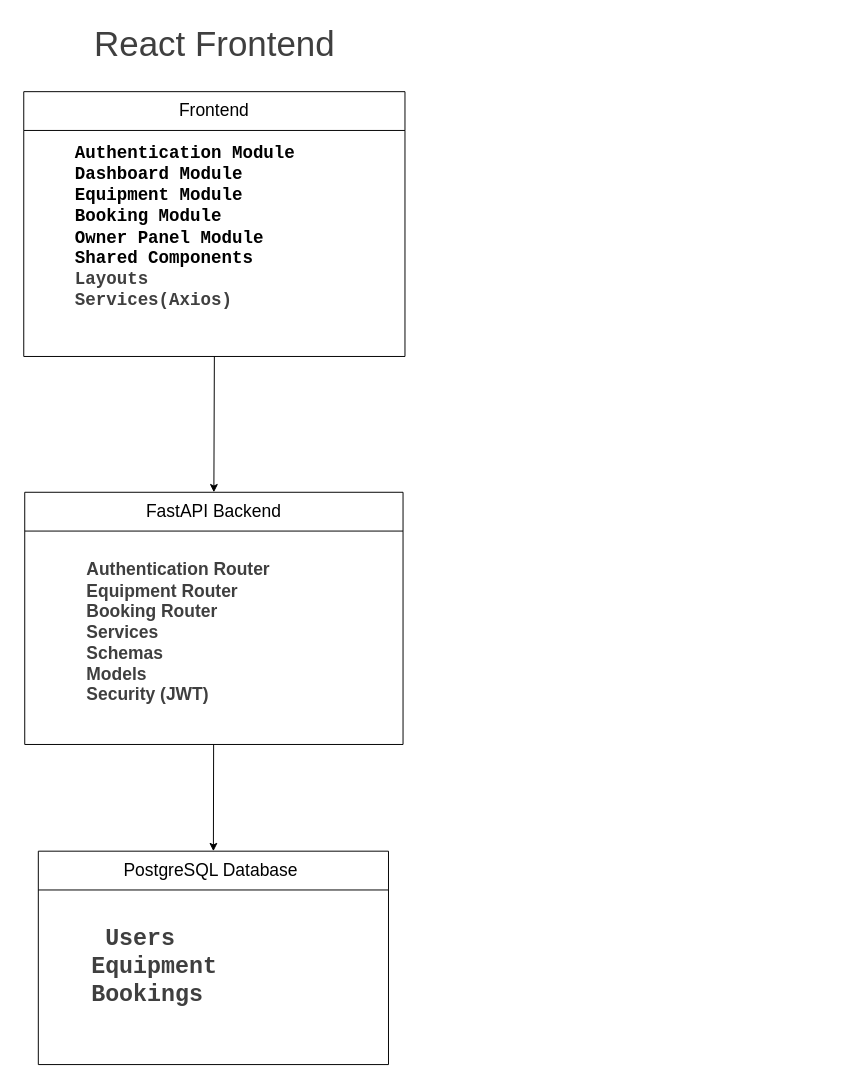
Earlier version of the draw.io diagram docs/diagrams/Module_Diagram.drawio (harisshchathriya/agrirent-ai). Source tidied: cells renumbered, new cells numbered last; positions are measured from the earlier drawing's top-left corner, leaving out a move shared by most shapes. Both pictures are drawn from the tidied source at 97%, with x=0, y=0 at pixel (16, 16).
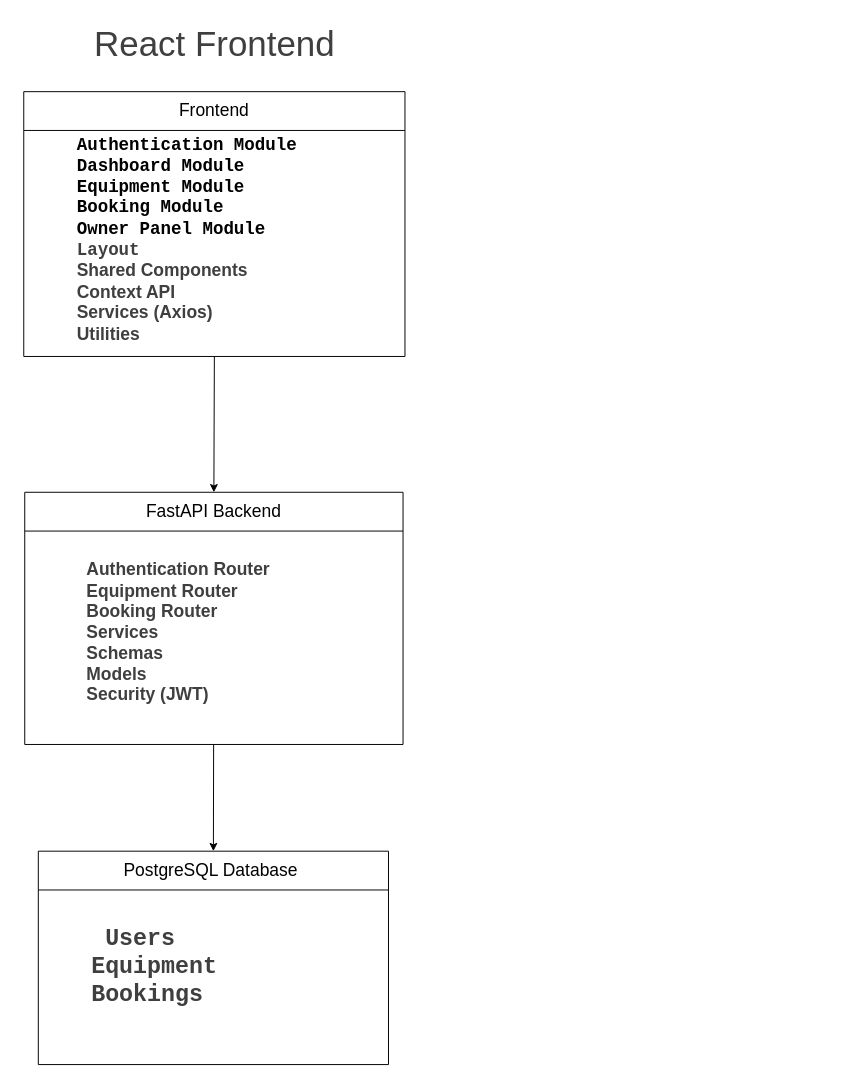
Above is the later version.

Diff of the diagram source:
```diff
@@
 <mxGraphModel>
   <root>
     <mxCell id="0" />
     <mxCell id="1" parent="0" />
     <mxCell id="2" value="&lt;div style=&quot;color: rgb(63, 63, 63); scrollbar-color: rgb(226, 226, 226) rgb(251, 251, 251);&quot;&gt;&lt;font style=&quot;scrollbar-color: rgb(226, 226, 226) rgb(251, 251, 251);&quot;&gt;&lt;font style=&quot;color: rgb(63, 63, 63); scrollbar-color: rgb(226, 226, 226) rgb(251, 251, 251); font-size: 36px;&quot;&gt;React Frontend&lt;/font&gt;&lt;/font&gt;&lt;/div&gt;&lt;div style=&quot;color: rgb(63, 63, 63); scrollbar-color: rgb(226, 226, 226) rgb(251, 251, 251);&quot;&gt;&lt;br style=&quot;color: rgb(63, 63, 63); scrollbar-color: rgb(226, 226, 226) rgb(251, 251, 251);&quot;&gt;&lt;/div&gt;" style="text;html=1;align=center;verticalAlign=middle;whiteSpace=wrap;rounded=0;" parent="1" vertex="1">
       <mxGeometry x="39" width="330" height="70" as="geometry" />
     </mxCell>
     <mxCell id="3" style="edgeStyle=none;html=1;exitX=0.5;exitY=1;exitDx=0;exitDy=0;entryX=0.5;entryY=0;entryDx=0;entryDy=0;" parent="1" edge="1" source="4" target="8">
       <mxGeometry relative="1" as="geometry" />
     </mxCell>
     <mxCell id="4" value="&lt;span style=&quot;color: rgb(0, 0, 0); font-weight: 400;&quot;&gt;&lt;font style=&quot;font-size: 18px;&quot;&gt;Frontend&lt;/font&gt;&lt;/span&gt;" style="swimlane;whiteSpace=wrap;html=1;startSize=40;" parent="1" vertex="1">
       <mxGeometry x="7" y="77" width="393" height="273" as="geometry" />
     </mxCell>
-    <mxCell id="5" value="&lt;pre style=&quot;color: rgb(63, 63, 63); scrollbar-color: rgb(226, 226, 226) rgb(251, 251, 251); text-align: left;&quot;&gt;&lt;b style=&quot;color: rgb(63, 63, 63); scrollbar-color: rgb(226, 226, 226) rgb(251, 251, 251);&quot;&gt;&lt;font style=&quot;color: rgb(63, 63, 63); scrollbar-color: rgb(226, 226, 226) rgb(251, 251, 251); font-size: 18px;&quot;&gt;&lt;span style=&quot;scrollbar-color: rgb(226, 226, 226) rgb(251, 251, 251); white-space: normal; color: rgb(0, 0, 0);&quot;&gt;Authentication Module&lt;br style=&quot;color: rgb(63, 63, 63); scrollbar-color: rgb(226, 226, 226) rgb(251, 251, 251);&quot;&gt;&lt;/span&gt;&lt;span style=&quot;scrollbar-color: rgb(226, 226, 226) rgb(251, 251, 251); white-space: normal; color: rgb(0, 0, 0);&quot;&gt;&lt;span style=&quot;scrollbar-color: rgb(226, 226, 226) rgb(251, 251, 251); color: rgb(0, 0, 0);&quot;&gt;Dashboard Module&amp;nbsp;&amp;nbsp;&lt;br style=&quot;color: rgb(63, 63, 63); scrollbar-color: rgb(226, 226, 226) rgb(251, 251, 251);&quot;&gt;&lt;/span&gt;&lt;/span&gt;&lt;span style=&quot;scrollbar-color: rgb(226, 226, 226) rgb(251, 251, 251); white-space: normal; color: rgb(0, 0, 0);&quot;&gt;&lt;span style=&quot;scrollbar-color: rgb(226, 226, 226) rgb(251, 251, 251); color: rgb(0, 0, 0);&quot;&gt;&lt;span style=&quot;scrollbar-color: rgb(226, 226, 226) rgb(251, 251, 251); color: rgb(0, 0, 0);&quot;&gt;Equipment Module&lt;br style=&quot;color: rgb(63, 63, 63); scrollbar-color: rgb(226, 226, 226) rgb(251, 251, 251);&quot;&gt;&lt;/span&gt;&lt;/span&gt;&lt;/span&gt;&lt;span style=&quot;scrollbar-color: rgb(226, 226, 226) rgb(251, 251, 251); white-space: normal; color: rgb(0, 0, 0);&quot;&gt;&lt;span style=&quot;scrollbar-color: rgb(226, 226, 226) rgb(251, 251, 251); color: rgb(0, 0, 0);&quot;&gt;&lt;span style=&quot;scrollbar-color: rgb(226, 226, 226) rgb(251, 251, 251); color: rgb(0, 0, 0);&quot;&gt;&lt;span style=&quot;scrollbar-color: rgb(226, 226, 226) rgb(251, 251, 251); background-color: transparent; color: rgb(0, 0, 0);&quot;&gt;Booking Module&lt;br style=&quot;color: rgb(63, 63, 63); scrollbar-color: rgb(226, 226, 226) rgb(251, 251, 251);&quot;&gt;&lt;/span&gt;&lt;/span&gt;&lt;/span&gt;&lt;/span&gt;&lt;span style=&quot;scrollbar-color: rgb(226, 226, 226) rgb(251, 251, 251); white-space: normal; color: rgb(0, 0, 0);&quot;&gt;&lt;span style=&quot;scrollbar-color: rgb(226, 226, 226) rgb(251, 251, 251); color: rgb(0, 0, 0);&quot;&gt;&lt;span style=&quot;scrollbar-color: rgb(226, 226, 226) rgb(251, 251, 251); color: rgb(0, 0, 0);&quot;&gt;&lt;span style=&quot;scrollbar-color: rgb(226, 226, 226) rgb(251, 251, 251); background-color: transparent; color: rgb(0, 0, 0);&quot;&gt;&lt;span style=&quot;scrollbar-color: rgb(226, 226, 226) rgb(251, 251, 251); color: rgb(0, 0, 0);&quot;&gt;Owner Panel Module&lt;br style=&quot;color: rgb(63, 63, 63); scrollbar-color: rgb(226, 226, 226) rgb(251, 251, 251);&quot;&gt;&lt;/span&gt;&lt;/span&gt;&lt;/span&gt;&lt;/span&gt;&lt;/span&gt;&lt;span style=&quot;scrollbar-color: rgb(226, 226, 226) rgb(251, 251, 251); white-space: normal; color: rgb(0, 0, 0);&quot;&gt;&lt;span style=&quot;scrollbar-color: rgb(226, 226, 226) rgb(251, 251, 251); color: rgb(0, 0, 0);&quot;&gt;&lt;span style=&quot;scrollbar-color: rgb(226, 226, 226) rgb(251, 251, 251); color: rgb(0, 0, 0);&quot;&gt;&lt;span style=&quot;scrollbar-color: rgb(226, 226, 226) rgb(251, 251, 251); background-color: transparent; color: rgb(0, 0, 0);&quot;&gt;&lt;span style=&quot;scrollbar-color: rgb(226, 226, 226) rgb(251, 251, 251); color: rgb(0, 0, 0);&quot;&gt;&lt;span style=&quot;scrollbar-color: rgb(226, 226, 226) rgb(251, 251, 251); color: rgb(0, 0, 0);&quot;&gt;Shared Components&lt;br style=&quot;color: rgb(63, 63, 63); scrollbar-color: rgb(226, 226, 226) rgb(251, 251, 251);&quot;&gt;&lt;/span&gt;&lt;/span&gt;&lt;/span&gt;&lt;/span&gt;&lt;/span&gt;&lt;/span&gt;&lt;span style=&quot;scrollbar-color: rgb(226, 226, 226) rgb(251, 251, 251); background-color: transparent; white-space: normal; color: rgb(63, 63, 63);&quot;&gt;Layouts&lt;br style=&quot;color: rgb(63, 63, 63); scrollbar-color: rgb(226, 226, 226) rgb(251, 251, 251);&quot;&gt;&lt;/span&gt;&lt;span style=&quot;scrollbar-color: rgb(226, 226, 226) rgb(251, 251, 251); background-color: transparent; white-space: normal; color: rgb(63, 63, 63);&quot;&gt;Services(Axios)&lt;/span&gt;&lt;/font&gt;&lt;/b&gt;&lt;/pre&gt;" style="text;html=1;align=center;verticalAlign=middle;whiteSpace=wrap;rounded=0;" parent="4" vertex="1">
-      <mxGeometry x="-7" width="347" height="280" as="geometry" />
+    <mxCell id="5" value="&lt;pre style=&quot;scrollbar-color: rgb(226, 226, 226) rgb(251, 251, 251); text-align: left; color: rgb(63, 63, 63);&quot;&gt;&lt;span style=&quot;scrollbar-color: rgb(226, 226, 226) rgb(251, 251, 251); color: rgb(63, 63, 63);&quot;&gt;&lt;font style=&quot;scrollbar-color: rgb(226, 226, 226) rgb(251, 251, 251); color: rgb(63, 63, 63);&quot;&gt;&lt;span style=&quot;color: rgb(0, 0, 0); font-size: 18px; font-weight: bold; scrollbar-color: rgb(226, 226, 226) rgb(251, 251, 251); white-space: normal;&quot;&gt;Authentication Module&lt;br style=&quot;color: rgb(63, 63, 63); scrollbar-color: rgb(226, 226, 226) rgb(251, 251, 251);&quot;&gt;&lt;/span&gt;&lt;span style=&quot;color: rgb(0, 0, 0); font-size: 18px; font-weight: bold; scrollbar-color: rgb(226, 226, 226) rgb(251, 251, 251); white-space: normal;&quot;&gt;&lt;span style=&quot;scrollbar-color: rgb(226, 226, 226) rgb(251, 251, 251); color: rgb(0, 0, 0);&quot;&gt;Dashboard Module&amp;nbsp;&amp;nbsp;&lt;br style=&quot;color: rgb(63, 63, 63); scrollbar-color: rgb(226, 226, 226) rgb(251, 251, 251);&quot;&gt;&lt;/span&gt;&lt;/span&gt;&lt;span style=&quot;color: rgb(0, 0, 0); font-size: 18px; font-weight: bold; scrollbar-color: rgb(226, 226, 226) rgb(251, 251, 251); white-space: normal;&quot;&gt;&lt;span style=&quot;scrollbar-color: rgb(226, 226, 226) rgb(251, 251, 251); color: rgb(0, 0, 0);&quot;&gt;&lt;span style=&quot;scrollbar-color: rgb(226, 226, 226) rgb(251, 251, 251); color: rgb(0, 0, 0);&quot;&gt;Equipment Module&lt;br style=&quot;color: rgb(63, 63, 63); scrollbar-color: rgb(226, 226, 226) rgb(251, 251, 251);&quot;&gt;&lt;/span&gt;&lt;/span&gt;&lt;/span&gt;&lt;span style=&quot;color: rgb(0, 0, 0); font-size: 18px; font-weight: bold; scrollbar-color: rgb(226, 226, 226) rgb(251, 251, 251); white-space: normal;&quot;&gt;&lt;span style=&quot;scrollbar-color: rgb(226, 226, 226) rgb(251, 251, 251); color: rgb(0, 0, 0);&quot;&gt;&lt;span style=&quot;scrollbar-color: rgb(226, 226, 226) rgb(251, 251, 251); color: rgb(0, 0, 0);&quot;&gt;&lt;span style=&quot;scrollbar-color: rgb(226, 226, 226) rgb(251, 251, 251); background-color: transparent; color: rgb(0, 0, 0);&quot;&gt;Booking Module&lt;br style=&quot;color: rgb(63, 63, 63); scrollbar-color: rgb(226, 226, 226) rgb(251, 251, 251);&quot;&gt;&lt;/span&gt;&lt;/span&gt;&lt;/span&gt;&lt;/span&gt;&lt;span style=&quot;color: rgb(0, 0, 0); font-size: 18px; font-weight: bold; scrollbar-color: rgb(226, 226, 226) rgb(251, 251, 251); white-space: normal;&quot;&gt;&lt;span style=&quot;scrollbar-color: rgb(226, 226, 226) rgb(251, 251, 251); color: rgb(0, 0, 0);&quot;&gt;&lt;span style=&quot;scrollbar-color: rgb(226, 226, 226) rgb(251, 251, 251); color: rgb(0, 0, 0);&quot;&gt;&lt;span style=&quot;scrollbar-color: rgb(226, 226, 226) rgb(251, 251, 251); background-color: transparent; color: rgb(0, 0, 0);&quot;&gt;&lt;span style=&quot;scrollbar-color: rgb(226, 226, 226) rgb(251, 251, 251); color: rgb(0, 0, 0);&quot;&gt;Owner Panel Module&lt;/span&gt;&lt;/span&gt;&lt;/span&gt;&lt;/span&gt;&lt;/span&gt;&lt;span style=&quot;color: rgb(0, 0, 0); font-size: 18px; font-weight: bold; scrollbar-color: rgb(226, 226, 226) rgb(251, 251, 251); white-space: normal;&quot;&gt;&lt;span style=&quot;scrollbar-color: rgb(226, 226, 226) rgb(251, 251, 251); color: rgb(0, 0, 0);&quot;&gt;&lt;span style=&quot;scrollbar-color: rgb(226, 226, 226) rgb(251, 251, 251); color: rgb(0, 0, 0);&quot;&gt;&lt;span style=&quot;scrollbar-color: rgb(226, 226, 226) rgb(251, 251, 251); background-color: transparent; color: rgb(0, 0, 0);&quot;&gt;&lt;span style=&quot;scrollbar-color: rgb(226, 226, 226) rgb(251, 251, 251); color: rgb(0, 0, 0);&quot;&gt;&lt;span style=&quot;scrollbar-color: rgb(226, 226, 226) rgb(251, 251, 251); color: rgb(0, 0, 0);&quot;&gt;&lt;br style=&quot;color: rgb(63, 63, 63); scrollbar-color: rgb(226, 226, 226) rgb(251, 251, 251);&quot;&gt;&lt;/span&gt;&lt;/span&gt;&lt;/span&gt;&lt;/span&gt;&lt;/span&gt;&lt;/span&gt;&lt;span style=&quot;color: rgb(63, 63, 63); font-size: 18px; font-weight: bold; scrollbar-color: rgb(226, 226, 226) rgb(251, 251, 251); background-color: transparent; white-space: normal;&quot;&gt;Layout&lt;br&gt;&lt;/span&gt;&lt;span style=&quot;scrollbar-color: rgb(226, 226, 226) rgb(251, 251, 251); background-color: transparent; color: rgb(63, 63, 63);&quot;&gt;&lt;b style=&quot;color: rgb(63, 63, 63); font-size: 18px; white-space: normal; background-color: transparent; font-family: Helvetica;&quot;&gt;Shared Components&lt;br&gt;&lt;/b&gt;&lt;b style=&quot;color: rgb(63, 63, 63); font-size: 18px; white-space: normal; background-color: transparent; font-family: Helvetica;&quot;&gt;Context API&lt;br&gt;&lt;/b&gt;&lt;b style=&quot;color: rgb(63, 63, 63); font-size: 18px; white-space: normal; background-color: transparent; font-family: Helvetica;&quot;&gt;Services (Axios)&lt;br&gt;&lt;/b&gt;&lt;/span&gt;&lt;/font&gt;&lt;/span&gt;&lt;b style=&quot;color: rgb(63, 63, 63); font-size: 18px; white-space: normal; background-color: transparent; font-family: Helvetica;&quot;&gt;Utilities&lt;/b&gt;&lt;/pre&gt;" style="text;html=1;align=center;verticalAlign=middle;whiteSpace=wrap;rounded=0;" parent="4" vertex="1">
+      <mxGeometry x="-5" y="13" width="347" height="280" as="geometry" />
     </mxCell>
     <mxCell id="6" value="&lt;pre&gt;&lt;br&gt;&lt;/pre&gt;" style="text;html=1;align=left;verticalAlign=middle;strokeColor=none;fillColor=none;" parent="1" vertex="1">
       <mxGeometry x="680" y="345" width="20" height="50" as="geometry" />
     </mxCell>
     <mxCell id="7" style="edgeStyle=none;html=1;entryX=0.5;entryY=0;entryDx=0;entryDy=0;" parent="1" edge="1" source="8" target="10">
       <mxGeometry relative="1" as="geometry" />
     </mxCell>
     <mxCell id="8" value="&lt;span style=&quot;color: rgb(0, 0, 0);&quot;&gt;&lt;font style=&quot;font-size: 18px;&quot;&gt;&amp;nbsp;FastAPI Backend&amp;nbsp;&lt;/font&gt;&lt;/span&gt;" style="swimlane;whiteSpace=wrap;html=1;startSize=40;fontStyle=0;" parent="1" vertex="1">
       <mxGeometry x="8" y="490" width="390" height="260" as="geometry" />
     </mxCell>
     <mxCell id="9" value="&lt;pre style=&quot;color: rgb(63, 63, 63); scrollbar-color: rgb(226, 226, 226) rgb(251, 251, 251);&quot;&gt;&lt;pre style=&quot;color: light-dark(rgb(63, 63, 63), rgb(183, 183, 183)); scrollbar-color: rgb(226, 226, 226) rgb(251, 251, 251); font-family: Helvetica; white-space: normal;&quot;&gt;&lt;b&gt;&lt;font style=&quot;font-size: 18px;&quot;&gt;&lt;font style=&quot;scrollbar-color: rgb(226, 226, 226) rgb(251, 251, 251);&quot;&gt;Authentication Router&amp;nbsp; &amp;nbsp; &amp;nbsp; &amp;nbsp; &amp;nbsp; &amp;nbsp; &amp;nbsp; &amp;nbsp; &amp;nbsp; &amp;nbsp; &amp;nbsp; &amp;nbsp; &amp;nbsp; &amp;nbsp; &amp;nbsp; &amp;nbsp;&lt;br&gt;&lt;/font&gt;&lt;font style=&quot;scrollbar-color: rgb(226, 226, 226) rgb(251, 251, 251);&quot;&gt;Equipment Router&amp;nbsp; &amp;nbsp; &amp;nbsp; &amp;nbsp; &amp;nbsp; &amp;nbsp; &amp;nbsp; &amp;nbsp; &amp;nbsp; &amp;nbsp; &amp;nbsp; &amp;nbsp; &amp;nbsp; &amp;nbsp; &amp;nbsp; &amp;nbsp; &amp;nbsp; &amp;nbsp;&amp;nbsp;&lt;br&gt;&lt;/font&gt;&lt;font style=&quot;scrollbar-color: rgb(226, 226, 226) rgb(251, 251, 251);&quot;&gt;Booking Router&amp;nbsp; &amp;nbsp; &amp;nbsp; &amp;nbsp; &amp;nbsp; &amp;nbsp; &amp;nbsp; &amp;nbsp; &amp;nbsp; &amp;nbsp; &amp;nbsp; &amp;nbsp; &amp;nbsp; &amp;nbsp; &amp;nbsp; &amp;nbsp; &amp;nbsp; &amp;nbsp; &amp;nbsp;&amp;nbsp;&lt;br&gt;&lt;/font&gt;&lt;font style=&quot;scrollbar-color: rgb(226, 226, 226) rgb(251, 251, 251);&quot;&gt;Services&amp;nbsp; &amp;nbsp; &amp;nbsp; &amp;nbsp; &amp;nbsp; &amp;nbsp; &amp;nbsp; &amp;nbsp; &amp;nbsp; &amp;nbsp; &amp;nbsp; &amp;nbsp; &amp;nbsp; &amp;nbsp; &amp;nbsp; &amp;nbsp; &amp;nbsp; &amp;nbsp; &amp;nbsp; &amp;nbsp; &amp;nbsp; &amp;nbsp; &amp;nbsp;&lt;br&gt;&lt;/font&gt;&lt;font style=&quot;scrollbar-color: rgb(226, 226, 226) rgb(251, 251, 251);&quot;&gt;Schemas&amp;nbsp; &amp;nbsp; &amp;nbsp; &amp;nbsp; &amp;nbsp;&lt;br&gt;&lt;/font&gt;&lt;span style=&quot;background-color: transparent; color: rgb(63, 63, 63);&quot;&gt;Models&amp;nbsp; &amp;nbsp; &amp;nbsp; &amp;nbsp; &amp;nbsp; &amp;nbsp; &amp;nbsp; &amp;nbsp;&lt;br&gt;&lt;/span&gt;&lt;span style=&quot;color: rgb(63, 63, 63); background-color: transparent;&quot;&gt;Security (JWT)&amp;nbsp;&lt;/span&gt;&lt;span style=&quot;color: rgb(63, 63, 63); background-color: transparent;&quot;&gt;&amp;nbsp;&lt;/span&gt;&lt;/font&gt;&lt;/b&gt;&lt;/pre&gt;&lt;/pre&gt;" style="text;html=1;align=left;verticalAlign=middle;whiteSpace=wrap;rounded=0;" parent="8" vertex="1">
       <mxGeometry x="62" y="30" width="380" height="230" as="geometry" />
     </mxCell>
     <mxCell id="10" value="&lt;span style=&quot;color: rgb(0, 0, 0); font-weight: 400;&quot;&gt;&lt;font style=&quot;font-size: 18px;&quot;&gt;PostgreSQL Database&amp;nbsp;&lt;/font&gt;&lt;/span&gt;" style="swimlane;whiteSpace=wrap;html=1;startSize=40;" parent="1" vertex="1">
       <mxGeometry x="22" y="860" width="361" height="220" as="geometry" />
     </mxCell>
     <mxCell id="11" value="&lt;pre style=&quot;color: rgb(63, 63, 63); scrollbar-color: rgb(226, 226, 226) rgb(251, 251, 251);&quot;&gt;&lt;pre style=&quot;color: light-dark(rgb(63, 63, 63), rgb(183, 183, 183)); scrollbar-color: rgb(226, 226, 226) rgb(251, 251, 251); font-family: Helvetica; white-space: normal;&quot;&gt;&lt;pre style=&quot;color: rgb(63, 63, 63); scrollbar-color: rgb(226, 226, 226) rgb(251, 251, 251);&quot;&gt;&lt;font style=&quot;font-size: 24px;&quot;&gt;&lt;font style=&quot;scrollbar-color: rgb(226, 226, 226) rgb(251, 251, 251);&quot;&gt;&lt;b style=&quot;&quot;&gt;&amp;nbsp;Users&amp;nbsp; &amp;nbsp; &amp;nbsp; &amp;nbsp; &amp;nbsp; &amp;nbsp; &amp;nbsp; &amp;nbsp; &amp;nbsp; &amp;nbsp; &amp;nbsp; &amp;nbsp; &amp;nbsp; &amp;nbsp; &amp;nbsp; &amp;nbsp; &amp;nbsp; &amp;nbsp; &amp;nbsp; &amp;nbsp; &amp;nbsp; &amp;nbsp; &amp;nbsp; &amp;nbsp;&amp;nbsp;&lt;br&gt;&lt;/b&gt;&lt;/font&gt;&lt;span style=&quot;color: rgb(63, 63, 63); background-color: transparent;&quot;&gt;&lt;b&gt;Equipment&amp;nbsp; &amp;nbsp; &amp;nbsp; &amp;nbsp; &amp;nbsp; &amp;nbsp; &amp;nbsp; &amp;nbsp; &amp;nbsp; &amp;nbsp; &amp;nbsp; &amp;nbsp; &amp;nbsp; &amp;nbsp; &amp;nbsp; &amp;nbsp; &amp;nbsp; &amp;nbsp; &amp;nbsp; &amp;nbsp; &amp;nbsp; &amp;nbsp;&amp;nbsp;&lt;br&gt;&lt;/b&gt;&lt;/span&gt;&lt;span style=&quot;color: rgb(63, 63, 63); background-color: transparent;&quot;&gt;&lt;b style=&quot;&quot;&gt;Bookings&lt;/b&gt;&lt;/span&gt;&lt;/font&gt;&lt;/pre&gt;&lt;/pre&gt;&lt;/pre&gt;" style="text;html=1;align=left;verticalAlign=middle;whiteSpace=wrap;rounded=0;" parent="10" vertex="1">
       <mxGeometry x="53" y="53.5" width="237" height="133" as="geometry" />
     </mxCell>
   </root>
 </mxGraphModel>
```
